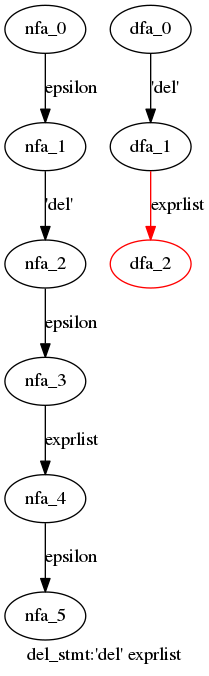
The Graphviz diagram cpython/grammar/handwrite/nfa_dfas/20.del_stmt.dot.png in WinChua/blog, before a commit. Its source is kept beside it as cpython/grammar/handwrite/nfa_dfas/20.del_stmt.dot. Source of this version:
```dot
digraph del_stmt {
 graph[label="del_stmt:'del' exprlist"]
 subgraph del_stmt_nfa {
  nfa_0->nfa_1[label="epsilon"]
  nfa_1->nfa_2[label="'del'"]
  nfa_2->nfa_3[label="epsilon"]
  nfa_3->nfa_4[label="exprlist"]
  nfa_4->nfa_5[label="epsilon"]
  }
 subgraph del_stmt_dfa {
  dfa_0->dfa_1[label="'del'"]
  dfa_1->dfa_2[label="exprlist",color=red]
  dfa_2[color=red]
  }
}
```
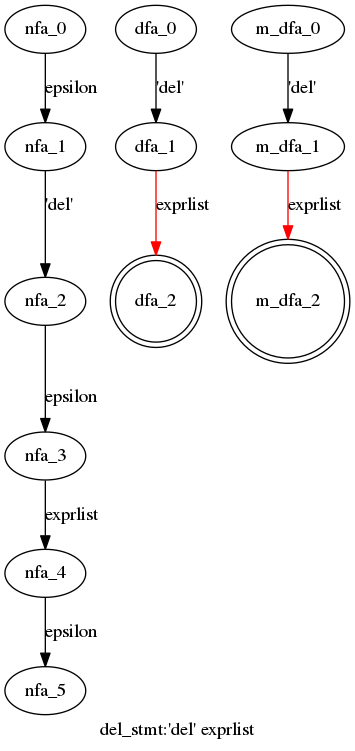
The same diagram one commit later.

The edit, as a diff of the source:
```diff
@@ -10,6 +10,11 @@
  subgraph del_stmt_dfa {
   dfa_0->dfa_1[label="'del'"]
   dfa_1->dfa_2[label="exprlist",color=red]
-  dfa_2[color=red]
+  dfa_2[shape=doublecircle]
+  }
+ subgraph del_stmt_m_dfa {
+  m_dfa_0->m_dfa_1[label="'del'"]
+  m_dfa_1->m_dfa_2[label="exprlist",color=red]
+  m_dfa_2[shape=doublecircle]
   }
 }
```
